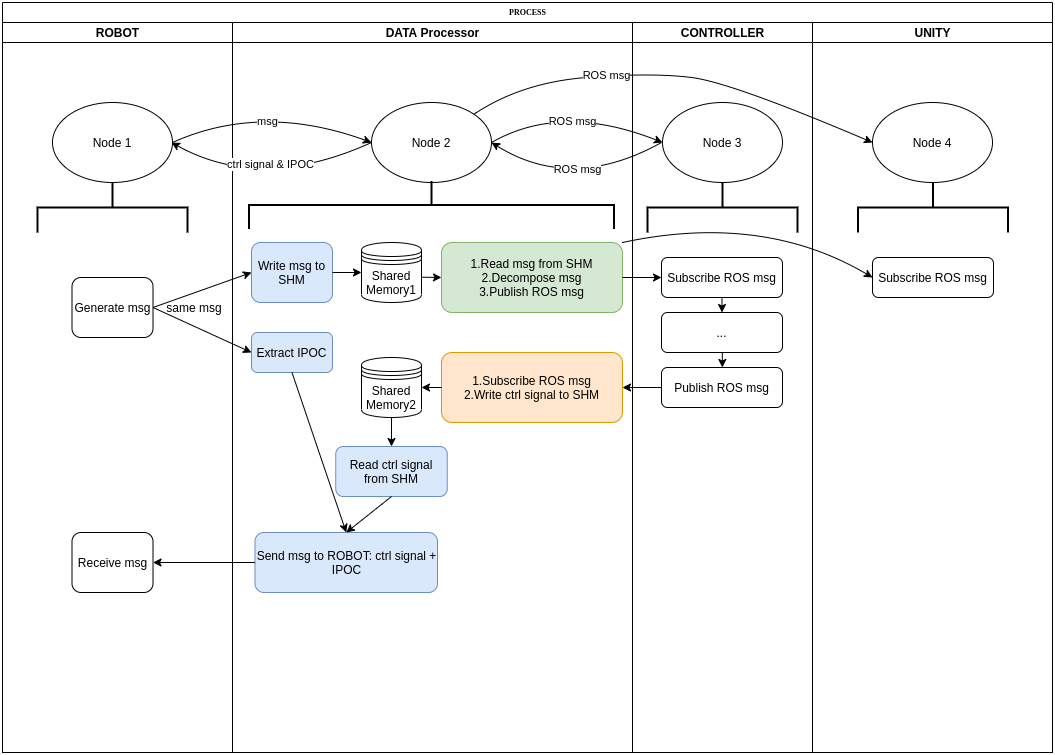
The draw.io diagram docs/build_interface_flow_char.drawio.png in lenardxu/kuka_interface_ws, before a commit. Source tidied: cells renumbered, new cells last; positions are measured from the earlier drawing's top-left corner, leaving out a move shared by most shapes. The source it was exported from:
```xml
<mxGraphModel>
  <root>
    <mxCell id="0" />
    <mxCell id="1" parent="0" />
    <mxCell id="2" value="PROCESS" style="swimlane;html=1;startSize=20;rounded=0;shadow=0;labelBackgroundColor=none;strokeWidth=1;fontFamily=Verdana;fontSize=8;align=center;" parent="1" vertex="1">
      <mxGeometry width="1050" height="750" as="geometry" />
    </mxCell>
    <mxCell id="3" value="ROBOT" style="swimlane;html=1;startSize=20;" parent="2" vertex="1">
      <mxGeometry y="20" width="230" height="730" as="geometry" />
    </mxCell>
    <mxCell id="4" value="Node 1" style="ellipse;whiteSpace=wrap;html=1;" parent="3" vertex="1">
      <mxGeometry x="50" y="80" width="120" height="80" as="geometry" />
    </mxCell>
    <mxCell id="5" value="Generate msg" style="rounded=1;whiteSpace=wrap;html=1;" parent="3" vertex="1">
      <mxGeometry x="69.5" y="255" width="81" height="60" as="geometry" />
    </mxCell>
    <mxCell id="6" style="strokeWidth=2;html=1;shape=mxgraph.flowchart.annotation_2;align=left;labelPosition=right;direction=south;" parent="3" vertex="1">
      <mxGeometry x="35" y="160" width="150" height="50" as="geometry" />
    </mxCell>
    <mxCell id="7" value="same msg" style="text;html=1;strokeColor=none;fillColor=none;align=center;verticalAlign=middle;whiteSpace=wrap;rounded=0;" parent="3" vertex="1">
      <mxGeometry x="161.5" y="270" width="60" height="30" as="geometry" />
    </mxCell>
    <mxCell id="8" value="Receive msg" style="rounded=1;whiteSpace=wrap;html=1;" parent="3" vertex="1">
      <mxGeometry x="69.5" y="510" width="81" height="60" as="geometry" />
    </mxCell>
    <mxCell id="9" value="DATA Processor" style="swimlane;html=1;startSize=20;" parent="2" vertex="1">
      <mxGeometry x="230" y="20" width="400" height="730" as="geometry" />
    </mxCell>
    <mxCell id="10" value="Node 2" style="ellipse;whiteSpace=wrap;html=1;" parent="9" vertex="1">
      <mxGeometry x="139" y="80" width="120" height="80" as="geometry" />
    </mxCell>
    <mxCell id="11" style="curved=1;endArrow=classic;html=1;rounded=0;exitX=0;exitY=0.5;exitDx=0;exitDy=0;" parent="9" edge="1" source="10">
      <mxGeometry relative="1" as="geometry">
        <mxPoint x="-61" y="120" as="targetPoint" />
        <Array as="points">
          <mxPoint x="29" y="170" />
        </Array>
      </mxGeometry>
    </mxCell>
    <mxCell id="12" value="ctrl signal &amp;amp; IPOC" style="edgeLabel;html=1;align=center;verticalAlign=middle;" parent="11" vertex="1">
      <mxGeometry x="-0.1" y="-22" relative="1" as="geometry" />
    </mxCell>
    <mxCell id="13" style="curved=1;endArrow=classic;html=1;rounded=0;" parent="9" edge="1">
      <mxGeometry relative="1" as="geometry">
        <mxPoint x="429" y="120" as="sourcePoint" />
        <mxPoint x="259" y="120" as="targetPoint" />
        <Array as="points">
          <mxPoint x="339" y="170" />
        </Array>
      </mxGeometry>
    </mxCell>
    <mxCell id="14" value="ROS msg" style="edgeLabel;html=1;align=center;verticalAlign=middle;" parent="13" vertex="1">
      <mxGeometry x="-0.12" y="-18" relative="1" as="geometry" />
    </mxCell>
    <mxCell id="15" style="curved=1;endArrow=classic;html=1;rounded=0;exitX=1;exitY=0.5;exitDx=0;exitDy=0;entryX=0;entryY=0.5;entryDx=0;entryDy=0;" parent="9" edge="1" target="33">
      <mxGeometry relative="1" as="geometry">
        <mxPoint x="259" y="120" as="sourcePoint" />
        <Array as="points">
          <mxPoint x="329" y="80" />
        </Array>
      </mxGeometry>
    </mxCell>
    <mxCell id="16" value="ROS msg" style="edgeLabel;html=1;align=center;verticalAlign=middle;" parent="15" vertex="1">
      <mxGeometry x="0.03" y="-13" relative="1" as="geometry" />
    </mxCell>
    <mxCell id="17" style="strokeWidth=2;html=1;shape=mxgraph.flowchart.annotation_2;align=left;labelPosition=right;rotation=90;" parent="9" vertex="1">
      <mxGeometry x="175" width="48" height="365" as="geometry" />
    </mxCell>
    <mxCell id="18" value="Write msg to SHM" style="rounded=1;whiteSpace=wrap;html=1;fillColor=#dae8fc;strokeColor=#6c8ebf;" parent="9" vertex="1">
      <mxGeometry x="19" y="220" width="81" height="60" as="geometry" />
    </mxCell>
    <mxCell id="19" value="Shared&lt;br&gt;Memory1" style="shape=datastore;whiteSpace=wrap;html=1;" parent="9" vertex="1">
      <mxGeometry x="129" y="220" width="60" height="60" as="geometry" />
    </mxCell>
    <mxCell id="20" value="1.Read msg from SHM&lt;br&gt;2.Decompose msg&lt;br&gt;3.Publish ROS msg" style="rounded=1;whiteSpace=wrap;html=1;fillColor=#d5e8d4;strokeColor=#82b366;" parent="9" vertex="1">
      <mxGeometry x="209" y="220" width="181" height="70" as="geometry" />
    </mxCell>
    <mxCell id="21" value="Extract IPOC" style="rounded=1;whiteSpace=wrap;html=1;fillColor=#dae8fc;strokeColor=#6c8ebf;" parent="9" vertex="1">
      <mxGeometry x="19" y="310" width="81" height="40" as="geometry" />
    </mxCell>
    <mxCell id="22" value="Shared&lt;br&gt;Memory2" style="shape=datastore;whiteSpace=wrap;html=1;" parent="9" vertex="1">
      <mxGeometry x="129" y="335" width="60" height="60" as="geometry" />
    </mxCell>
    <mxCell id="23" value="1.Subscribe ROS msg&lt;br&gt;2.Write ctrl signal to SHM" style="rounded=1;whiteSpace=wrap;html=1;fillColor=#ffe6cc;strokeColor=#d79b00;" parent="9" vertex="1">
      <mxGeometry x="209" y="330" width="181" height="70" as="geometry" />
    </mxCell>
    <mxCell id="24" value="Read ctrl signal from SHM" style="rounded=1;whiteSpace=wrap;html=1;fillColor=#dae8fc;strokeColor=#6c8ebf;" parent="9" vertex="1">
      <mxGeometry x="103.2" y="424" width="111.5" height="50" as="geometry" />
    </mxCell>
    <mxCell id="25" value="Send msg to ROBOT: ctrl signal + IPOC" style="rounded=1;whiteSpace=wrap;html=1;fillColor=#dae8fc;strokeColor=#6c8ebf;" parent="9" vertex="1">
      <mxGeometry x="22.5" y="510" width="182.5" height="60" as="geometry" />
    </mxCell>
    <mxCell id="26" style="endArrow=classic;html=1;rounded=0;exitX=1;exitY=0.5;exitDx=0;exitDy=0;entryX=0;entryY=0.5;entryDx=0;entryDy=0;" parent="9" edge="1" source="18" target="19">
      <mxGeometry relative="1" as="geometry" />
    </mxCell>
    <mxCell id="27" style="endArrow=classic;html=1;rounded=0;exitX=1;exitY=0.5;exitDx=0;exitDy=0;" parent="9" edge="1">
      <mxGeometry relative="1" as="geometry">
        <mxPoint x="189" y="254.7" as="sourcePoint" />
        <mxPoint x="209" y="255" as="targetPoint" />
      </mxGeometry>
    </mxCell>
    <mxCell id="28" style="endArrow=classic;html=1;rounded=0;exitX=0;exitY=0.5;exitDx=0;exitDy=0;entryX=1;entryY=0.5;entryDx=0;entryDy=0;" parent="9" edge="1" source="23" target="22">
      <mxGeometry relative="1" as="geometry" />
    </mxCell>
    <mxCell id="29" style="endArrow=classic;html=1;rounded=0;entryX=0.5;entryY=0;entryDx=0;entryDy=0;exitX=0.5;exitY=1;exitDx=0;exitDy=0;" parent="9" edge="1" source="22" target="24">
      <mxGeometry relative="1" as="geometry" />
    </mxCell>
    <mxCell id="30" style="endArrow=classic;html=1;rounded=0;exitX=0.5;exitY=1;exitDx=0;exitDy=0;entryX=0.5;entryY=0;entryDx=0;entryDy=0;" parent="9" edge="1" source="21" target="25">
      <mxGeometry relative="1" as="geometry" />
    </mxCell>
    <mxCell id="31" style="endArrow=classic;html=1;rounded=0;entryX=0.5;entryY=0;entryDx=0;entryDy=0;exitX=0.5;exitY=1;exitDx=0;exitDy=0;" parent="9" edge="1" source="24" target="25">
      <mxGeometry relative="1" as="geometry" />
    </mxCell>
    <mxCell id="32" value="CONTROLLER" style="swimlane;html=1;startSize=20;" parent="2" vertex="1">
      <mxGeometry x="630" y="20" width="180" height="730" as="geometry" />
    </mxCell>
    <mxCell id="33" value="Node 3" style="ellipse;whiteSpace=wrap;html=1;" parent="32" vertex="1">
      <mxGeometry x="30" y="80" width="120" height="80" as="geometry" />
    </mxCell>
    <mxCell id="34" value="Subscribe ROS msg" style="rounded=1;whiteSpace=wrap;html=1;" parent="32" vertex="1">
      <mxGeometry x="29" y="235" width="121" height="40" as="geometry" />
    </mxCell>
    <mxCell id="35" style="strokeWidth=2;html=1;shape=mxgraph.flowchart.annotation_2;align=left;labelPosition=right;direction=south;" parent="32" vertex="1">
      <mxGeometry x="15" y="160" width="150" height="50" as="geometry" />
    </mxCell>
    <mxCell id="36" value="Publish ROS msg" style="rounded=1;whiteSpace=wrap;html=1;" parent="32" vertex="1">
      <mxGeometry x="29" y="345" width="121" height="40" as="geometry" />
    </mxCell>
    <mxCell id="37" value="..." style="rounded=1;whiteSpace=wrap;html=1;" parent="32" vertex="1">
      <mxGeometry x="29" y="290" width="121" height="40" as="geometry" />
    </mxCell>
    <mxCell id="38" style="endArrow=classic;html=1;rounded=0;exitX=0.5;exitY=1;exitDx=0;exitDy=0;entryX=0.5;entryY=0;entryDx=0;entryDy=0;" parent="32" edge="1" source="34" target="37">
      <mxGeometry relative="1" as="geometry" />
    </mxCell>
    <mxCell id="39" style="endArrow=classic;html=1;rounded=0;exitX=0.5;exitY=1;exitDx=0;exitDy=0;entryX=0.5;entryY=0;entryDx=0;entryDy=0;" parent="32" edge="1">
      <mxGeometry relative="1" as="geometry">
        <mxPoint x="89.8" y="330" as="sourcePoint" />
        <mxPoint x="89.8" y="345" as="targetPoint" />
      </mxGeometry>
    </mxCell>
    <mxCell id="40" value="UNITY" style="swimlane;html=1;startSize=20;" parent="2" vertex="1">
      <mxGeometry x="810" y="20" width="240" height="730" as="geometry" />
    </mxCell>
    <mxCell id="41" value="Node 4" style="ellipse;whiteSpace=wrap;html=1;" parent="40" vertex="1">
      <mxGeometry x="60" y="80" width="120" height="80" as="geometry" />
    </mxCell>
    <mxCell id="42" value="Subscribe ROS msg" style="rounded=1;whiteSpace=wrap;html=1;" parent="40" vertex="1">
      <mxGeometry x="60" y="235" width="121" height="40" as="geometry" />
    </mxCell>
    <mxCell id="43" style="strokeWidth=2;html=1;shape=mxgraph.flowchart.annotation_2;align=left;labelPosition=right;direction=south;" parent="40" vertex="1">
      <mxGeometry x="45.5" y="160" width="150" height="50" as="geometry" />
    </mxCell>
    <mxCell id="44" style="curved=1;endArrow=classic;html=1;rounded=0;exitX=1;exitY=0;exitDx=0;exitDy=0;entryX=0;entryY=0.5;entryDx=0;entryDy=0;" parent="2" edge="1" source="10" target="41">
      <mxGeometry relative="1" as="geometry">
        <Array as="points">
          <mxPoint x="519" y="80" />
          <mxPoint x="649" y="70" />
          <mxPoint x="729" y="80" />
        </Array>
      </mxGeometry>
    </mxCell>
    <mxCell id="45" value="ROS msg" style="edgeLabel;html=1;align=center;verticalAlign=middle;" parent="44" vertex="1">
      <mxGeometry x="-0.33" y="1" relative="1" as="geometry" />
    </mxCell>
    <mxCell id="46" style="curved=1;endArrow=classic;html=1;rounded=0;exitX=1;exitY=0.5;exitDx=0;exitDy=0;entryX=0;entryY=0.5;entryDx=0;entryDy=0;" parent="2" edge="1" source="4" target="10">
      <mxGeometry relative="1" as="geometry">
        <Array as="points">
          <mxPoint x="259" y="100" />
        </Array>
      </mxGeometry>
    </mxCell>
    <mxCell id="47" value="msg" style="edgeLabel;html=1;align=center;verticalAlign=middle;" parent="46" vertex="1">
      <mxGeometry x="0.02" y="-15" relative="1" as="geometry">
        <mxPoint x="-1" as="offset" />
      </mxGeometry>
    </mxCell>
    <mxCell id="48" style="endArrow=classic;html=1;rounded=0;exitX=1;exitY=0.5;exitDx=0;exitDy=0;entryX=0;entryY=0.5;entryDx=0;entryDy=0;" parent="2" edge="1" source="20" target="34">
      <mxGeometry relative="1" as="geometry" />
    </mxCell>
    <mxCell id="49" style="endArrow=classic;html=1;rounded=0;exitX=0;exitY=0.5;exitDx=0;exitDy=0;entryX=1;entryY=0.5;entryDx=0;entryDy=0;" parent="2" edge="1" source="36" target="23">
      <mxGeometry relative="1" as="geometry" />
    </mxCell>
    <mxCell id="50" style="endArrow=classic;html=1;rounded=0;entryX=0;entryY=0.5;entryDx=0;entryDy=0;exitX=1;exitY=0.5;exitDx=0;exitDy=0;" parent="2" edge="1" source="5" target="18">
      <mxGeometry relative="1" as="geometry" />
    </mxCell>
    <mxCell id="51" style="endArrow=classic;html=1;rounded=0;entryX=0;entryY=0.5;entryDx=0;entryDy=0;exitX=1;exitY=0.5;exitDx=0;exitDy=0;" parent="2" edge="1" source="5" target="21">
      <mxGeometry relative="1" as="geometry" />
    </mxCell>
    <mxCell id="52" style="edgeStyle=orthogonalEdgeStyle;rounded=0;jettySize=auto;html=1;" parent="2" edge="1" source="25" target="8">
      <mxGeometry relative="1" as="geometry" />
    </mxCell>
    <mxCell id="53" style="curved=1;endArrow=classic;html=1;rounded=0;entryX=0;entryY=0.5;entryDx=0;entryDy=0;exitX=1;exitY=0;exitDx=0;exitDy=0;" parent="2" edge="1" source="20" target="42">
      <mxGeometry relative="1" as="geometry">
        <Array as="points">
          <mxPoint x="760" y="210" />
        </Array>
      </mxGeometry>
    </mxCell>
  </root>
</mxGraphModel>
```
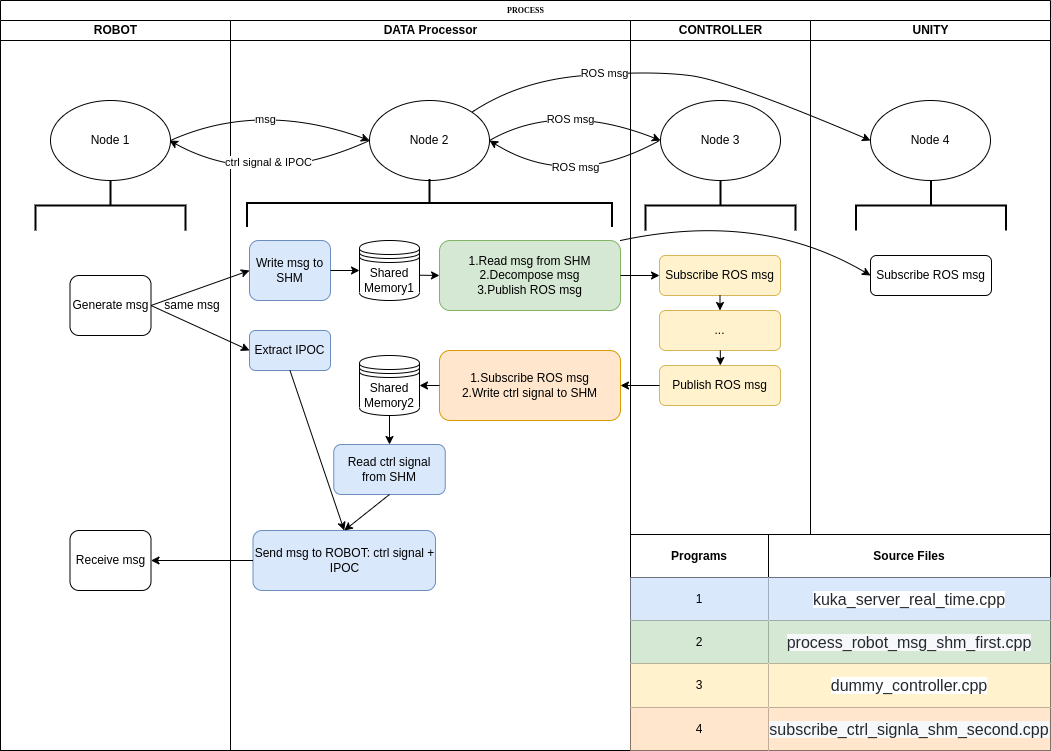
The same file after the commit.

Change to the diagram source:
```diff
@@ -117,16 +117,16 @@
     <mxCell id="33" value="Node 3" style="ellipse;whiteSpace=wrap;html=1;" parent="32" vertex="1">
       <mxGeometry x="30" y="80" width="120" height="80" as="geometry" />
     </mxCell>
-    <mxCell id="34" value="Subscribe ROS msg" style="rounded=1;whiteSpace=wrap;html=1;" parent="32" vertex="1">
+    <mxCell id="34" value="Subscribe ROS msg" style="rounded=1;whiteSpace=wrap;html=1;fillColor=#fff2cc;strokeColor=#d6b656;" parent="32" vertex="1">
       <mxGeometry x="29" y="235" width="121" height="40" as="geometry" />
     </mxCell>
     <mxCell id="35" style="strokeWidth=2;html=1;shape=mxgraph.flowchart.annotation_2;align=left;labelPosition=right;direction=south;" parent="32" vertex="1">
       <mxGeometry x="15" y="160" width="150" height="50" as="geometry" />
     </mxCell>
-    <mxCell id="36" value="Publish ROS msg" style="rounded=1;whiteSpace=wrap;html=1;" parent="32" vertex="1">
+    <mxCell id="36" value="Publish ROS msg" style="rounded=1;whiteSpace=wrap;html=1;fillColor=#fff2cc;strokeColor=#d6b656;" parent="32" vertex="1">
       <mxGeometry x="29" y="345" width="121" height="40" as="geometry" />
     </mxCell>
-    <mxCell id="37" value="..." style="rounded=1;whiteSpace=wrap;html=1;" parent="32" vertex="1">
+    <mxCell id="37" value="..." style="rounded=1;whiteSpace=wrap;html=1;fillColor=#fff2cc;strokeColor=#d6b656;" parent="32" vertex="1">
       <mxGeometry x="29" y="290" width="121" height="40" as="geometry" />
     </mxCell>
     <mxCell id="38" style="endArrow=classic;html=1;rounded=0;exitX=0.5;exitY=1;exitDx=0;exitDy=0;entryX=0.5;entryY=0;entryDx=0;entryDy=0;" parent="32" edge="1" source="34" target="37">
@@ -150,6 +150,54 @@
     <mxCell id="43" style="strokeWidth=2;html=1;shape=mxgraph.flowchart.annotation_2;align=left;labelPosition=right;direction=south;" parent="40" vertex="1">
       <mxGeometry x="45.5" y="160" width="150" height="50" as="geometry" />
     </mxCell>
+    <mxCell id="54" style="shape=table;html=1;whiteSpace=wrap;startSize=0;" parent="40" vertex="1">
+      <mxGeometry x="-180" y="514" width="420" height="216" as="geometry" />
+    </mxCell>
+    <mxCell id="55" style="shape=partialRectangle;html=1;whiteSpace=wrap;fillColor=none;top=0;left=0;bottom=0;right=0;" parent="54" vertex="1">
+      <mxGeometry width="420" height="43" as="geometry" />
+    </mxCell>
+    <mxCell id="56" value="Programs" style="shape=partialRectangle;html=1;whiteSpace=wrap;fillColor=none;top=0;left=0;bottom=0;right=0;overflow=hidden;strokeWidth=1;fontStyle=1;" parent="55" vertex="1">
+      <mxGeometry width="138" height="43" as="geometry" />
+    </mxCell>
+    <mxCell id="57" value="Source Files" style="shape=partialRectangle;html=1;whiteSpace=wrap;fillColor=none;top=0;left=0;bottom=0;right=0;overflow=hidden;fontStyle=1;" parent="55" vertex="1">
+      <mxGeometry x="138" width="282" height="43" as="geometry" />
+    </mxCell>
+    <mxCell id="58" style="shape=partialRectangle;html=1;whiteSpace=wrap;fillColor=none;top=0;left=0;bottom=0;right=0;" parent="54" vertex="1">
+      <mxGeometry y="43" width="420" height="43" as="geometry" />
+    </mxCell>
+    <mxCell id="59" value="1" style="shape=partialRectangle;html=1;whiteSpace=wrap;fillColor=#dae8fc;top=0;left=0;bottom=0;right=0;overflow=hidden;strokeColor=#6c8ebf;" parent="58" vertex="1">
+      <mxGeometry width="138" height="43" as="geometry" />
+    </mxCell>
+    <mxCell id="60" value="&lt;span style=&quot;color: rgb(36 , 41 , 47) ; font-family: , &amp;#34;blinkmacsystemfont&amp;#34; , &amp;#34;segoe ui&amp;#34; , &amp;#34;helvetica&amp;#34; , &amp;#34;arial&amp;#34; , sans-serif , &amp;#34;apple color emoji&amp;#34; , &amp;#34;segoe ui emoji&amp;#34; ; font-size: 16px ; background-color: rgb(255 , 255 , 255)&quot;&gt;kuka_server_real_time.cpp&lt;/span&gt;" style="shape=partialRectangle;html=1;whiteSpace=wrap;fillColor=#dae8fc;top=0;left=0;bottom=0;right=0;overflow=hidden;strokeColor=#6c8ebf;" parent="58" vertex="1">
+      <mxGeometry x="138" width="282" height="43" as="geometry" />
+    </mxCell>
+    <mxCell id="61" style="shape=partialRectangle;html=1;whiteSpace=wrap;fillColor=none;top=0;left=0;bottom=0;right=0;" parent="54" vertex="1">
+      <mxGeometry y="86" width="420" height="43" as="geometry" />
+    </mxCell>
+    <mxCell id="62" value="2" style="shape=partialRectangle;html=1;whiteSpace=wrap;fillColor=#d5e8d4;top=0;left=0;bottom=0;right=0;overflow=hidden;strokeColor=#82b366;" parent="61" vertex="1">
+      <mxGeometry width="138" height="43" as="geometry" />
+    </mxCell>
+    <mxCell id="63" value="&lt;span style=&quot;color: rgb(36 , 41 , 47) ; font-family: , &amp;#34;blinkmacsystemfont&amp;#34; , &amp;#34;segoe ui&amp;#34; , &amp;#34;helvetica&amp;#34; , &amp;#34;arial&amp;#34; , sans-serif , &amp;#34;apple color emoji&amp;#34; , &amp;#34;segoe ui emoji&amp;#34; ; font-size: 16px ; background-color: rgb(246 , 248 , 250)&quot;&gt;process_robot_msg_shm_first.cpp&lt;/span&gt;" style="shape=partialRectangle;html=1;whiteSpace=wrap;fillColor=#d5e8d4;top=0;left=0;bottom=0;right=0;overflow=hidden;strokeColor=#82b366;" parent="61" vertex="1">
+      <mxGeometry x="138" width="282" height="43" as="geometry" />
+    </mxCell>
+    <mxCell id="64" style="shape=partialRectangle;html=1;whiteSpace=wrap;fillColor=none;top=0;left=0;bottom=0;right=0;" parent="54" vertex="1">
+      <mxGeometry y="129" width="420" height="44" as="geometry" />
+    </mxCell>
+    <mxCell id="65" value="3" style="shape=partialRectangle;html=1;whiteSpace=wrap;fillColor=#fff2cc;top=0;left=0;bottom=0;right=0;overflow=hidden;strokeColor=#d6b656;" parent="64" vertex="1">
+      <mxGeometry width="138" height="44" as="geometry" />
+    </mxCell>
+    <mxCell id="66" value="&lt;span style=&quot;color: rgb(36 , 41 , 47) ; font-family: , &amp;#34;blinkmacsystemfont&amp;#34; , &amp;#34;segoe ui&amp;#34; , &amp;#34;helvetica&amp;#34; , &amp;#34;arial&amp;#34; , sans-serif , &amp;#34;apple color emoji&amp;#34; , &amp;#34;segoe ui emoji&amp;#34; ; font-size: 16px ; background-color: rgb(255 , 255 , 255)&quot;&gt;dummy_controller.cpp&lt;/span&gt;" style="shape=partialRectangle;html=1;whiteSpace=wrap;fillColor=#fff2cc;top=0;left=0;bottom=0;right=0;overflow=hidden;strokeColor=#d6b656;" parent="64" vertex="1">
+      <mxGeometry x="138" width="282" height="44" as="geometry" />
+    </mxCell>
+    <mxCell id="67" style="shape=partialRectangle;html=1;whiteSpace=wrap;fillColor=none;top=0;left=0;bottom=0;right=0;" parent="54" vertex="1">
+      <mxGeometry y="173" width="420" height="43" as="geometry" />
+    </mxCell>
+    <mxCell id="68" value="4" style="shape=partialRectangle;html=1;whiteSpace=wrap;fillColor=#ffe6cc;top=0;left=0;bottom=0;right=0;overflow=hidden;strokeColor=#d79b00;" parent="67" vertex="1">
+      <mxGeometry width="138" height="43" as="geometry" />
+    </mxCell>
+    <mxCell id="69" value="&lt;span style=&quot;color: rgb(36 , 41 , 47) ; font-family: , &amp;#34;blinkmacsystemfont&amp;#34; , &amp;#34;segoe ui&amp;#34; , &amp;#34;helvetica&amp;#34; , &amp;#34;arial&amp;#34; , sans-serif , &amp;#34;apple color emoji&amp;#34; , &amp;#34;segoe ui emoji&amp;#34; ; font-size: 16px ; background-color: rgb(246 , 248 , 250)&quot;&gt;subscribe_ctrl_signla_shm_second.cpp&lt;/span&gt;" style="shape=partialRectangle;html=1;whiteSpace=wrap;fillColor=#ffe6cc;top=0;left=0;bottom=0;right=0;overflow=hidden;strokeColor=#d79b00;" parent="67" vertex="1">
+      <mxGeometry x="138" width="282" height="43" as="geometry" />
+    </mxCell>
     <mxCell id="44" style="curved=1;endArrow=classic;html=1;rounded=0;exitX=1;exitY=0;exitDx=0;exitDy=0;entryX=0;entryY=0.5;entryDx=0;entryDy=0;" parent="2" edge="1" source="10" target="41">
       <mxGeometry relative="1" as="geometry">
         <Array as="points">
```
